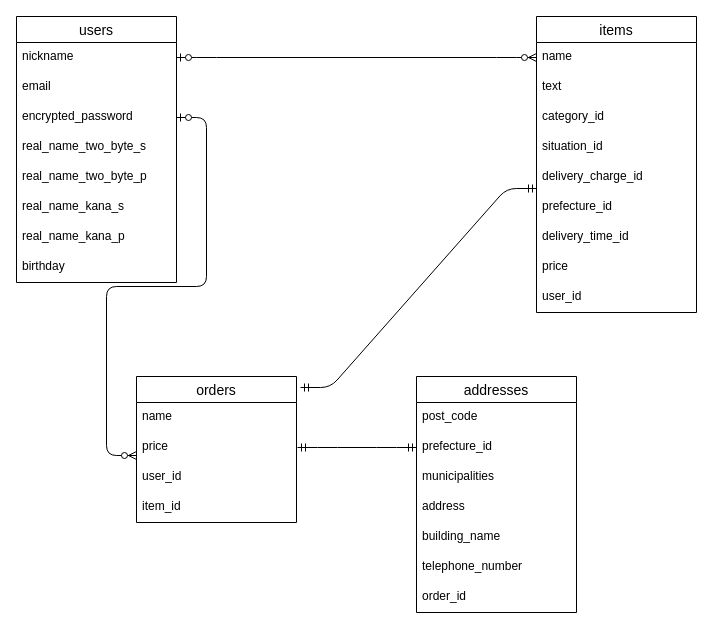
Earlier version of the draw.io diagram test.dio (Git-junior/furima-36709). Source tidied: cells renumbered, new cells numbered last; positions are measured from the earlier drawing's top-left corner, leaving out a move shared by most shapes. Both pictures are drawn from the tidied source at 100%, with x=0, y=0 at pixel (16, 16).
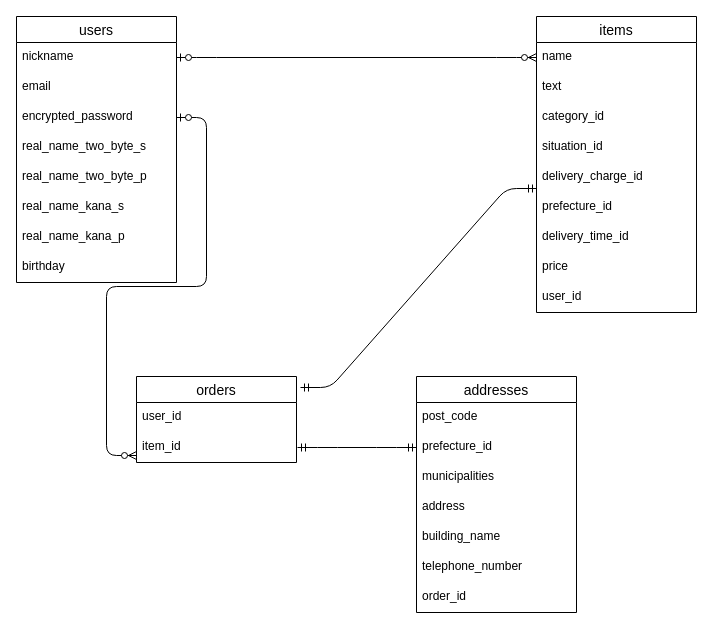
After the change.

Commit message (it also covers changes not shown here):
データベース設計（修正2）

What changed in the source:
```diff
@@
     <mxCell id="21" value="orders" style="swimlane;fontStyle=0;horizontal=1;startSize=26;align=center;fontSize=14;" parent="1" vertex="1">
-      <mxGeometry x="120" y="360" width="160" height="146" as="geometry" />
+      <mxGeometry x="120" y="360" width="160" height="86" as="geometry" />
     </mxCell>
-    <mxCell id="22" value="name" style="text;strokeColor=none;fillColor=none;spacingLeft=4;spacingRight=4;overflow=hidden;fontSize=12;" parent="21" vertex="1">
-      <mxGeometry y="26" width="160" height="30" as="geometry" />
-    </mxCell>
-    <mxCell id="23" value="price" style="text;strokeColor=none;fillColor=none;spacingLeft=4;spacingRight=4;overflow=hidden;fontSize=12;" parent="21" vertex="1">
-      <mxGeometry y="56" width="160" height="30" as="geometry" />
-    </mxCell>
     <mxCell id="24" value="user_id" style="text;strokeColor=none;fillColor=none;spacingLeft=4;spacingRight=4;overflow=hidden;fontSize=12;" parent="21" vertex="1">
-      <mxGeometry y="86" width="160" height="30" as="geometry" />
+      <mxGeometry y="26" width="160" height="30" as="geometry" />
     </mxCell>
     <mxCell id="25" value="item_id" style="text;strokeColor=none;fillColor=none;spacingLeft=4;spacingRight=4;overflow=hidden;fontSize=12;" parent="21" vertex="1">
-      <mxGeometry y="116" width="160" height="30" as="geometry" />
+      <mxGeometry y="56" width="160" height="30" as="geometry" />
     </mxCell>
```
